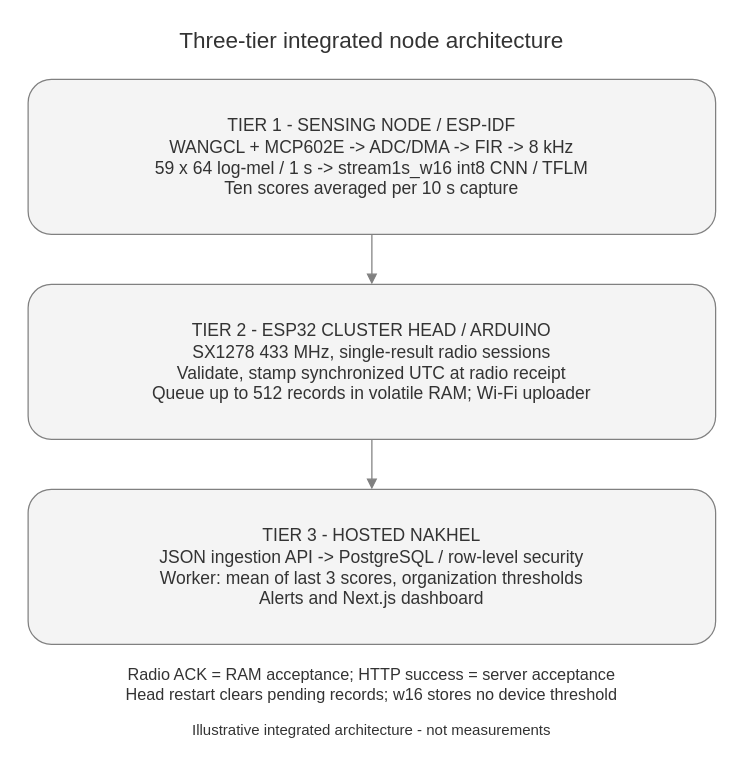
The draw.io diagram page "Three-Tier Node Architecture" (3 of 8) of output/diagrams/Senior_Design_Section4_EdgeML.drawio.xml in Battikhah/senior-design-report, before the edit. Source tidied: cells renumbered, new cells numbered last; positions are measured from the earlier drawing's top-left corner, leaving out a move shared by most shapes. Both pictures are drawn from the tidied source at 125%, with x=0, y=0 at pixel (21, 21).
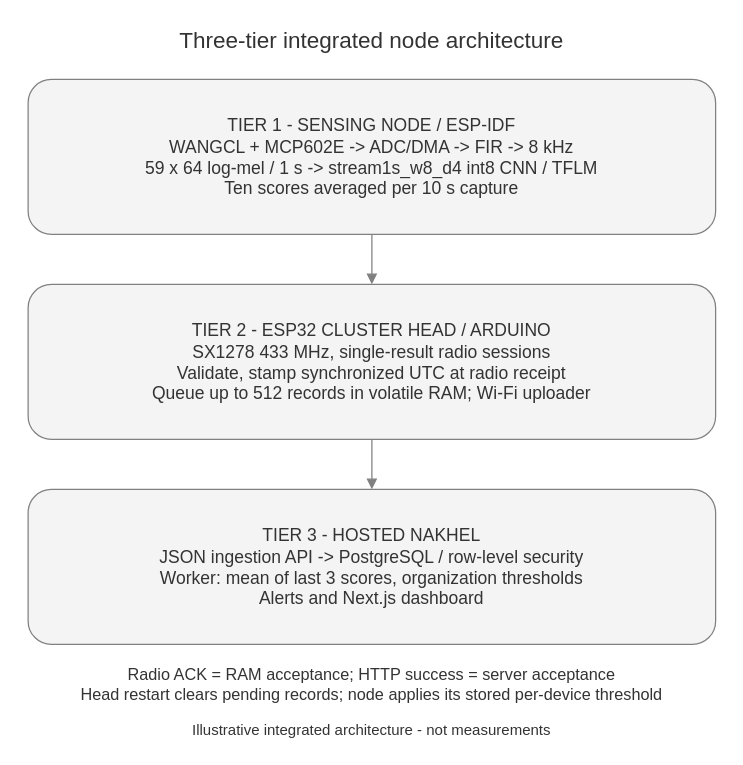
Above is the later version.

Change to the diagram source:
```diff
@@
 <mxGraphModel>
   <root>
     <mxCell id="0" />
     <mxCell id="1" parent="0" />
     <mxCell id="2" value="Three-tier integrated node architecture" style="rounded=1;whiteSpace=wrap;html=1;fontSize=18;fontColor=#333333;strokeColor=#808080;fillColor=#F4F4F4;align=center;verticalAlign=middle;strokeColor=none;fillColor=none;" parent="1" vertex="1">
       <mxGeometry width="560" height="30" as="geometry" />
     </mxCell>
     <mxCell id="3" value="Illustrative integrated architecture - not measurements" style="rounded=1;whiteSpace=wrap;html=1;fontSize=12;fontColor=#333333;strokeColor=#808080;fillColor=#F4F4F4;align=center;verticalAlign=middle;strokeColor=none;fillColor=none;" parent="1" vertex="1">
       <mxGeometry y="556" width="560" height="22" as="geometry" />
     </mxCell>
-    <mxCell id="4" value="TIER 1 - SENSING NODE / ESP-IDF&lt;br&gt;WANGCL + MCP602E -&gt; ADC/DMA -&gt; FIR -&gt; 8 kHz&lt;br&gt;59 x 64 log-mel / 1 s -&gt; stream1s_w16 int8 CNN / TFLM&lt;br&gt;Ten scores averaged per 10 s capture" style="rounded=1;whiteSpace=wrap;html=1;fontSize=14;fontColor=#333333;strokeColor=#808080;fillColor=#F4F4F4;align=center;verticalAlign=middle;" parent="1" vertex="1">
+    <mxCell id="4" value="TIER 1 - SENSING NODE / ESP-IDF&lt;br&gt;WANGCL + MCP602E -&gt; ADC/DMA -&gt; FIR -&gt; 8 kHz&lt;br&gt;59 x 64 log-mel / 1 s -&gt; stream1s_w8_d4 int8 CNN / TFLM&lt;br&gt;Ten scores averaged per 10 s capture" style="rounded=1;whiteSpace=wrap;html=1;fontSize=14;fontColor=#333333;strokeColor=#808080;fillColor=#F4F4F4;align=center;verticalAlign=middle;" parent="1" vertex="1">
       <mxGeometry x="5" y="46" width="550" height="124" as="geometry" />
     </mxCell>
     <mxCell id="5" value="TIER 2 - ESP32 CLUSTER HEAD / ARDUINO&lt;br&gt;SX1278 433 MHz, single-result radio sessions&lt;br&gt;Validate, stamp synchronized UTC at radio receipt&lt;br&gt;Queue up to 512 records in volatile RAM; Wi-Fi uploader" style="rounded=1;whiteSpace=wrap;html=1;fontSize=14;fontColor=#333333;strokeColor=#808080;fillColor=#F4F4F4;align=center;verticalAlign=middle;" parent="1" vertex="1">
       <mxGeometry x="5" y="210" width="550" height="124" as="geometry" />
     </mxCell>
     <mxCell id="6" style="edgeStyle=orthogonalEdgeStyle;rounded=0;html=1;endArrow=block;strokeColor=#808080;fontColor=#333333;fontSize=12;labelBackgroundColor=#FFFFFF;exitX=0.5;exitY=1;entryX=0.5;entryY=0;" parent="1" edge="1" source="4" target="5">
       <mxGeometry relative="1" as="geometry" />
     </mxCell>
     <mxCell id="7" value="TIER 3 - HOSTED NAKHEL&lt;br&gt;JSON ingestion API -&gt; PostgreSQL / row-level security&lt;br&gt;Worker: mean of last 3 scores, organization thresholds&lt;br&gt;Alerts and Next.js dashboard" style="rounded=1;whiteSpace=wrap;html=1;fontSize=14;fontColor=#333333;strokeColor=#808080;fillColor=#F4F4F4;align=center;verticalAlign=middle;" parent="1" vertex="1">
       <mxGeometry x="5" y="374" width="550" height="124" as="geometry" />
     </mxCell>
     <mxCell id="8" style="edgeStyle=orthogonalEdgeStyle;rounded=0;html=1;endArrow=block;strokeColor=#808080;fontColor=#333333;fontSize=12;labelBackgroundColor=#FFFFFF;exitX=0.5;exitY=1;entryX=0.5;entryY=0;" parent="1" edge="1" source="5" target="7">
       <mxGeometry relative="1" as="geometry" />
     </mxCell>
-    <mxCell id="9" value="Radio ACK = RAM acceptance; HTTP success = server acceptance&lt;br&gt;Head restart clears pending records; w16 stores no device threshold" style="rounded=1;whiteSpace=wrap;html=1;fontSize=13;fontColor=#333333;strokeColor=#808080;fillColor=#F4F4F4;align=center;verticalAlign=middle;strokeColor=none;fillColor=none;" parent="1" vertex="1">
+    <mxCell id="9" value="Radio ACK = RAM acceptance; HTTP success = server acceptance&lt;br&gt;Head restart clears pending records; node applies its stored per-device threshold" style="rounded=1;whiteSpace=wrap;html=1;fontSize=13;fontColor=#333333;strokeColor=#808080;fillColor=#F4F4F4;align=center;verticalAlign=middle;strokeColor=none;fillColor=none;" parent="1" vertex="1">
       <mxGeometry x="5" y="514" width="550" height="32" as="geometry" />
     </mxCell>
   </root>
 </mxGraphModel>
```
